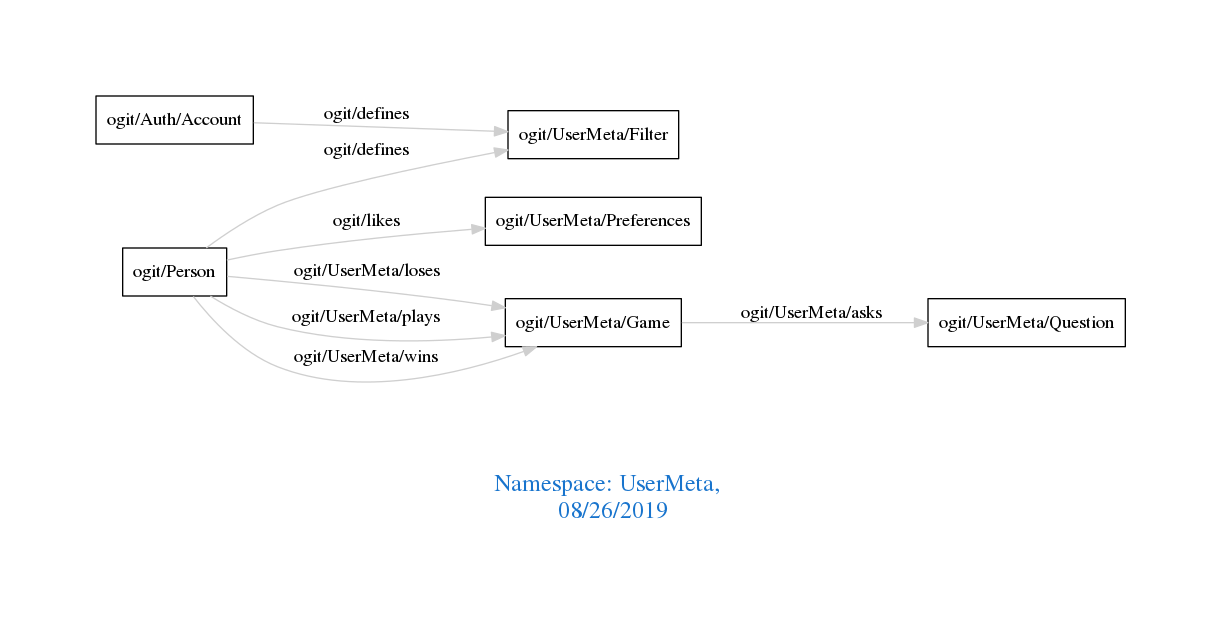
Earlier version of the Graphviz export downloads/UserMeta.png (arago/OGIT). Its source is kept beside it as downloads/UserMeta.dot.
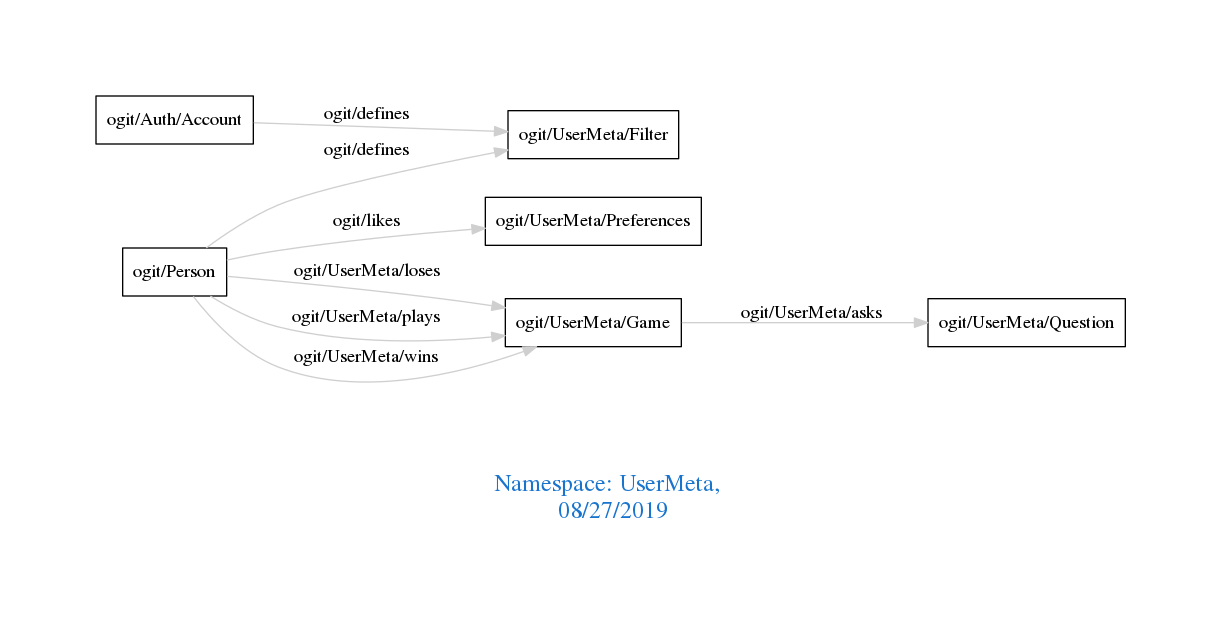
After the commit.

Change to the diagram source:
```diff
@@ -1,7 +1,7 @@
 digraph OGIT_ontology {
  graph [ rankdir= LR,pad=1
 fontsize = 18,
-fontcolor= dodgerblue3,label = "\n\n\nNamespace: UserMeta, \n 08/26/2019"];
+fontcolor= dodgerblue3,label = "\n\n\nNamespace: UserMeta, \n 08/27/2019"];
 node[shape=polygon];
 edge [  color="gray81"];
 
```
